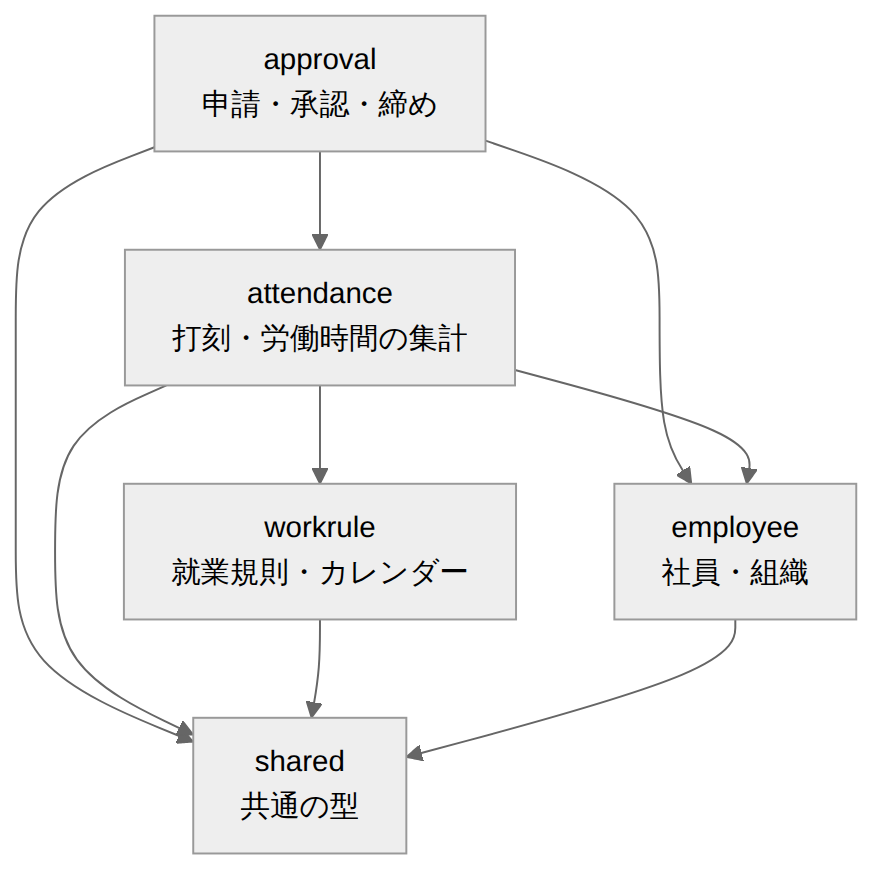
Before: doc/02_詳細設計/00_共通/images/コンテキスト間の依存.png, a diagram exported from Mermaid (masaki-i02/newJavaProject). Its source is kept beside it as doc/02_詳細設計/00_共通/diagrams/コンテキスト間の依存.mmd. Its diagram source:
```mermaid
flowchart TD
    approval["approval<br/>申請・承認・締め"]
    attendance["attendance<br/>打刻・労働時間の集計"]
    workrule["workrule<br/>就業規則・カレンダー"]
    employee["employee<br/>社員・組織"]
    shared["shared<br/>共通の型"]

    approval --> attendance
    approval --> employee
    attendance --> workrule
    attendance --> employee
    approval --> shared
    attendance --> shared
    workrule --> shared
    employee --> shared
```
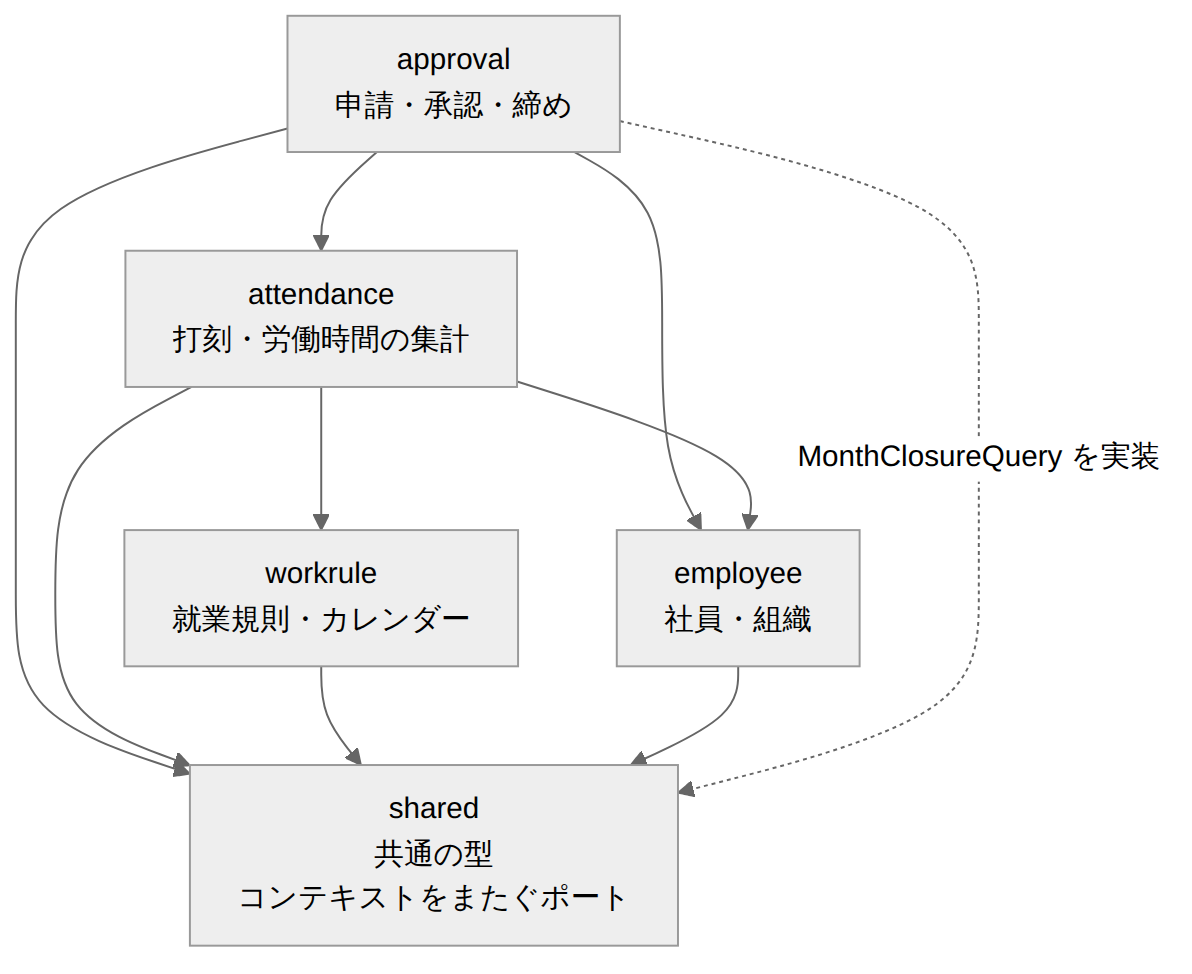
The same file after the commit.

What changed in the source:
```diff
@@ -3,7 +3,7 @@
     attendance["attendance<br/>打刻・労働時間の集計"]
     workrule["workrule<br/>就業規則・カレンダー"]
     employee["employee<br/>社員・組織"]
-    shared["shared<br/>共通の型"]
+    shared["shared<br/>共通の型<br/>コンテキストをまたぐポート"]
 
     approval --> attendance
     approval --> employee
@@ -13,3 +13,5 @@
     attendance --> shared
     workrule --> shared
     employee --> shared
+
+    approval -. "MonthClosureQuery を実装" .-> shared
```
